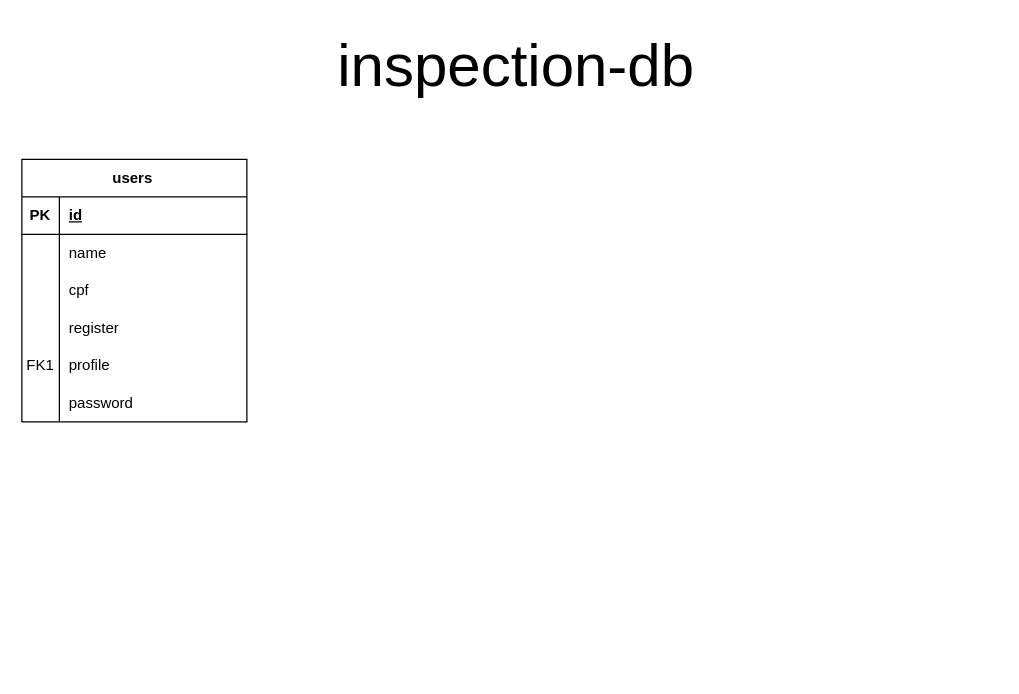
acorreac/drafts keeps this draw.io diagram as api-2023.drawio. Above is the earlier version. Source tidied: cells renumbered, new cells numbered last; positions are measured from the earlier drawing's top-left corner, leaving out a move shared by most shapes. Both pictures are drawn from the tidied source at 125%, with x=0, y=0 at pixel (21, 21).
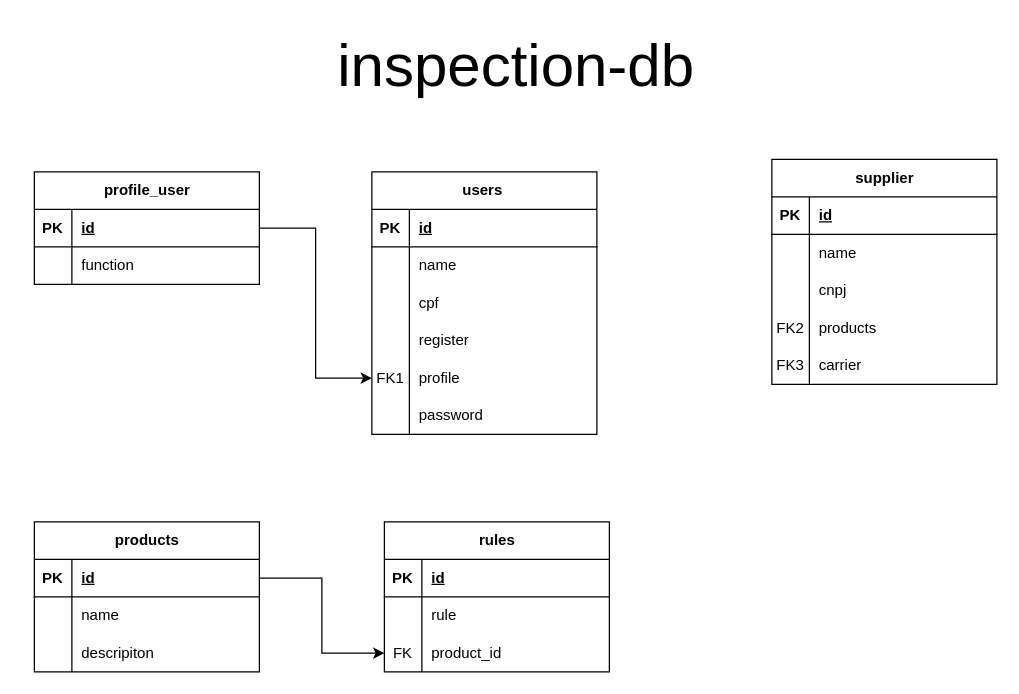
After the change.

Unchanged cells that the change refers to:
```xml
<mxCell id="16" style="shape=tableRow;horizontal=0;startSize=0;swimlaneHead=0;swimlaneBody=0;fillColor=none;points=[[0,0.5],[1,0.5]];portConstraint=eastwest;top=0;left=0;right=0;bottom=0;" parent="3" vertex="1">
  <mxGeometry y="150" width="180" height="30" as="geometry" />
</mxCell>
```

Change to the diagram source:
```diff
@@
     <mxCell id="3" value="users&lt;span style=&quot;white-space: pre;&quot;&gt; &lt;/span&gt;" style="shape=table;startSize=30;childLayout=tableLayout;rowLines=0;fontStyle=1;align=center;html=1;" parent="1" vertex="1">
-      <mxGeometry y="110" width="180" height="210" as="geometry" />
+      <mxGeometry x="280" y="120" width="180" height="210" as="geometry" />
     </mxCell>
@@
+    <mxCell id="22" value="profile_user" style="shape=table;startSize=30;childLayout=tableLayout;rowLines=0;fontStyle=1;align=center;html=1;" parent="1" vertex="1">
+      <mxGeometry x="10" y="120" width="180" height="90" as="geometry" />
+    </mxCell>
+    <mxCell id="23" style="shape=tableRow;horizontal=0;startSize=0;swimlaneHead=0;swimlaneBody=0;fillColor=none;points=[[0,0.5],[1,0.5]];portConstraint=eastwest;top=0;left=0;right=0;bottom=1;" parent="22" vertex="1">
+      <mxGeometry y="30" width="180" height="30" as="geometry" />
+    </mxCell>
+    <mxCell id="24" value="PK" style="shape=partialRectangle;fillColor=none;top=0;left=0;bottom=0;right=0;fontStyle=1;overflow=hidden;whiteSpace=wrap;html=1;" parent="23" vertex="1">
+      <mxGeometry width="30" height="30" as="geometry" />
+    </mxCell>
+    <mxCell id="25" value="id" style="shape=partialRectangle;fillColor=none;top=0;left=0;bottom=0;right=0;align=left;spacingLeft=6;fontStyle=5;overflow=hidden;whiteSpace=wrap;html=1;" parent="23" vertex="1">
+      <mxGeometry x="30" width="150" height="30" as="geometry" />
+    </mxCell>
+    <mxCell id="26" style="shape=tableRow;horizontal=0;startSize=0;swimlaneHead=0;swimlaneBody=0;fillColor=none;top=0;left=0;right=0;bottom=0;" parent="22" vertex="1">
+      <mxGeometry y="60" width="180" height="30" as="geometry" />
+    </mxCell>
+    <mxCell id="27" style="shape=partialRectangle;fillColor=none;top=0;left=0;bottom=0;right=0;overflow=hidden;whiteSpace=wrap;html=1;" parent="26" vertex="1">
+      <mxGeometry width="30" height="30" as="geometry" />
+    </mxCell>
+    <mxCell id="28" value="function" style="shape=partialRectangle;fillColor=none;top=0;left=0;bottom=0;right=0;align=left;spacingLeft=6;overflow=hidden;whiteSpace=wrap;html=1;" parent="26" vertex="1">
+      <mxGeometry x="30" width="150" height="30" as="geometry" />
+    </mxCell>
+    <mxCell id="29" value="supplier" style="shape=table;startSize=30;childLayout=tableLayout;rowLines=0;fontStyle=1;align=center;html=1;" parent="1" vertex="1">
+      <mxGeometry x="600" y="110" width="180" height="180" as="geometry" />
+    </mxCell>
+    <mxCell id="30" style="shape=tableRow;horizontal=0;startSize=0;swimlaneHead=0;swimlaneBody=0;fillColor=none;top=0;left=0;right=0;bottom=1;" parent="29" vertex="1">
+      <mxGeometry y="30" width="180" height="30" as="geometry" />
+    </mxCell>
+    <mxCell id="31" value="PK" style="shape=partialRectangle;fillColor=none;top=0;left=0;bottom=0;right=0;fontStyle=1;overflow=hidden;whiteSpace=wrap;html=1;" parent="30" vertex="1">
+      <mxGeometry width="30" height="30" as="geometry" />
+    </mxCell>
+    <mxCell id="32" value="id" style="shape=partialRectangle;fillColor=none;top=0;left=0;bottom=0;right=0;align=left;spacingLeft=6;fontStyle=5;overflow=hidden;whiteSpace=wrap;html=1;" parent="30" vertex="1">
+      <mxGeometry x="30" width="150" height="30" as="geometry" />
+    </mxCell>
+    <mxCell id="33" style="shape=tableRow;horizontal=0;startSize=0;swimlaneHead=0;swimlaneBody=0;fillColor=none;top=0;left=0;right=0;bottom=0;" parent="29" vertex="1">
+      <mxGeometry y="60" width="180" height="30" as="geometry" />
+    </mxCell>
+    <mxCell id="34" style="shape=partialRectangle;fillColor=none;top=0;left=0;bottom=0;right=0;overflow=hidden;whiteSpace=wrap;html=1;" parent="33" vertex="1">
+      <mxGeometry width="30" height="30" as="geometry" />
+    </mxCell>
+    <mxCell id="35" value="name" style="shape=partialRectangle;fillColor=none;top=0;left=0;bottom=0;right=0;align=left;spacingLeft=6;overflow=hidden;whiteSpace=wrap;html=1;" parent="33" vertex="1">
+      <mxGeometry x="30" width="150" height="30" as="geometry" />
+    </mxCell>
+    <mxCell id="36" style="shape=tableRow;horizontal=0;startSize=0;swimlaneHead=0;swimlaneBody=0;fillColor=none;top=0;left=0;right=0;bottom=0;" parent="29" vertex="1">
+      <mxGeometry y="90" width="180" height="30" as="geometry" />
+    </mxCell>
+    <mxCell id="37" style="shape=partialRectangle;fillColor=none;top=0;left=0;bottom=0;right=0;overflow=hidden;whiteSpace=wrap;html=1;" parent="36" vertex="1">
+      <mxGeometry width="30" height="30" as="geometry" />
+    </mxCell>
+    <mxCell id="38" value="cnpj" style="shape=partialRectangle;fillColor=none;top=0;left=0;bottom=0;right=0;align=left;spacingLeft=6;overflow=hidden;whiteSpace=wrap;html=1;" parent="36" vertex="1">
+      <mxGeometry x="30" width="150" height="30" as="geometry" />
+    </mxCell>
+    <mxCell id="39" style="shape=tableRow;horizontal=0;startSize=0;swimlaneHead=0;swimlaneBody=0;fillColor=none;top=0;left=0;right=0;bottom=0;" parent="29" vertex="1">
+      <mxGeometry y="120" width="180" height="30" as="geometry" />
+    </mxCell>
+    <mxCell id="40" value="FK2" style="shape=partialRectangle;fillColor=none;top=0;left=0;bottom=0;right=0;overflow=hidden;whiteSpace=wrap;html=1;" parent="39" vertex="1">
+      <mxGeometry width="30" height="30" as="geometry" />
+    </mxCell>
+    <mxCell id="41" value="products" style="shape=partialRectangle;fillColor=none;top=0;left=0;bottom=0;right=0;align=left;spacingLeft=6;overflow=hidden;whiteSpace=wrap;html=1;" parent="39" vertex="1">
+      <mxGeometry x="30" width="150" height="30" as="geometry" />
+    </mxCell>
+    <mxCell id="42" style="shape=tableRow;horizontal=0;startSize=0;swimlaneHead=0;swimlaneBody=0;fillColor=none;top=0;left=0;right=0;bottom=0;" parent="29" vertex="1">
+      <mxGeometry y="150" width="180" height="30" as="geometry" />
+    </mxCell>
+    <mxCell id="43" value="FK3" style="shape=partialRectangle;fillColor=none;top=0;left=0;bottom=0;right=0;overflow=hidden;whiteSpace=wrap;html=1;" parent="42" vertex="1">
+      <mxGeometry width="30" height="30" as="geometry" />
+    </mxCell>
+    <mxCell id="44" value="carrier" style="shape=partialRectangle;fillColor=none;top=0;left=0;bottom=0;right=0;align=left;spacingLeft=6;overflow=hidden;whiteSpace=wrap;html=1;" parent="42" vertex="1">
+      <mxGeometry x="30" width="150" height="30" as="geometry" />
+    </mxCell>
+    <mxCell id="45" value="products" style="shape=table;startSize=30;childLayout=tableLayout;rowLines=0;fontStyle=1;align=center;html=1;" parent="1" vertex="1">
+      <mxGeometry x="10" y="400" width="180" height="120" as="geometry" />
+    </mxCell>
+    <mxCell id="46" style="shape=tableRow;horizontal=0;startSize=0;swimlaneHead=0;swimlaneBody=0;fillColor=none;points=[[0,0.5],[1,0.5]];portConstraint=eastwest;top=0;left=0;right=0;bottom=1;" parent="45" vertex="1">
+      <mxGeometry y="30" width="180" height="30" as="geometry" />
+    </mxCell>
+    <mxCell id="47" value="PK" style="shape=partialRectangle;fillColor=none;top=0;left=0;bottom=0;right=0;fontStyle=1;overflow=hidden;whiteSpace=wrap;html=1;" parent="46" vertex="1">
+      <mxGeometry width="30" height="30" as="geometry" />
+    </mxCell>
+    <mxCell id="48" value="id" style="shape=partialRectangle;fillColor=none;top=0;left=0;bottom=0;right=0;align=left;spacingLeft=6;fontStyle=5;overflow=hidden;whiteSpace=wrap;html=1;" parent="46" vertex="1">
+      <mxGeometry x="30" width="150" height="30" as="geometry" />
+    </mxCell>
+    <mxCell id="49" style="shape=tableRow;horizontal=0;startSize=0;swimlaneHead=0;swimlaneBody=0;fillColor=none;top=0;left=0;right=0;bottom=0;" parent="45" vertex="1">
+      <mxGeometry y="60" width="180" height="30" as="geometry" />
+    </mxCell>
+    <mxCell id="50" style="shape=partialRectangle;fillColor=none;top=0;left=0;bottom=0;right=0;overflow=hidden;whiteSpace=wrap;html=1;" parent="49" vertex="1">
+      <mxGeometry width="30" height="30" as="geometry" />
+    </mxCell>
+    <mxCell id="51" value="name" style="shape=partialRectangle;fillColor=none;top=0;left=0;bottom=0;right=0;align=left;spacingLeft=6;overflow=hidden;whiteSpace=wrap;html=1;" parent="49" vertex="1">
+      <mxGeometry x="30" width="150" height="30" as="geometry" />
+    </mxCell>
+    <mxCell id="52" style="shape=tableRow;horizontal=0;startSize=0;swimlaneHead=0;swimlaneBody=0;fillColor=none;top=0;left=0;right=0;bottom=0;" parent="45" vertex="1">
+      <mxGeometry y="90" width="180" height="30" as="geometry" />
+    </mxCell>
+    <mxCell id="53" style="shape=partialRectangle;fillColor=none;top=0;left=0;bottom=0;right=0;overflow=hidden;whiteSpace=wrap;html=1;" parent="52" vertex="1">
+      <mxGeometry width="30" height="30" as="geometry" />
+    </mxCell>
+    <mxCell id="54" value="descripiton" style="shape=partialRectangle;fillColor=none;top=0;left=0;bottom=0;right=0;align=left;spacingLeft=6;overflow=hidden;whiteSpace=wrap;html=1;" parent="52" vertex="1">
+      <mxGeometry x="30" width="150" height="30" as="geometry" />
+    </mxCell>
+    <mxCell id="55" value="rules" style="shape=table;startSize=30;childLayout=tableLayout;rowLines=0;fontStyle=1;align=center;html=1;" parent="1" vertex="1">
+      <mxGeometry x="290" y="400" width="180" height="120" as="geometry" />
+    </mxCell>
+    <mxCell id="56" style="shape=tableRow;horizontal=0;startSize=0;swimlaneHead=0;swimlaneBody=0;fillColor=none;top=0;left=0;right=0;bottom=1;" parent="55" vertex="1">
+      <mxGeometry y="30" width="180" height="30" as="geometry" />
+    </mxCell>
+    <mxCell id="57" value="PK" style="shape=partialRectangle;fillColor=none;top=0;left=0;bottom=0;right=0;fontStyle=1;overflow=hidden;whiteSpace=wrap;html=1;" parent="56" vertex="1">
+      <mxGeometry width="30" height="30" as="geometry" />
+    </mxCell>
+    <mxCell id="58" value="id" style="shape=partialRectangle;fillColor=none;top=0;left=0;bottom=0;right=0;align=left;spacingLeft=6;fontStyle=5;overflow=hidden;whiteSpace=wrap;html=1;" parent="56" vertex="1">
+      <mxGeometry x="30" width="150" height="30" as="geometry" />
+    </mxCell>
+    <mxCell id="59" style="shape=tableRow;horizontal=0;startSize=0;swimlaneHead=0;swimlaneBody=0;fillColor=none;top=0;left=0;right=0;bottom=0;" parent="55" vertex="1">
+      <mxGeometry y="60" width="180" height="30" as="geometry" />
+    </mxCell>
+    <mxCell id="60" style="shape=partialRectangle;fillColor=none;top=0;left=0;bottom=0;right=0;overflow=hidden;whiteSpace=wrap;html=1;" parent="59" vertex="1">
+      <mxGeometry width="30" height="30" as="geometry" />
+    </mxCell>
+    <mxCell id="61" value="rule" style="shape=partialRectangle;fillColor=none;top=0;left=0;bottom=0;right=0;align=left;spacingLeft=6;overflow=hidden;whiteSpace=wrap;html=1;" parent="59" vertex="1">
+      <mxGeometry x="30" width="150" height="30" as="geometry" />
+    </mxCell>
+    <mxCell id="62" style="shape=tableRow;horizontal=0;startSize=0;swimlaneHead=0;swimlaneBody=0;fillColor=none;points=[[0,0.5],[1,0.5]];portConstraint=eastwest;top=0;left=0;right=0;bottom=0;" parent="55" vertex="1">
+      <mxGeometry y="90" width="180" height="30" as="geometry" />
+    </mxCell>
+    <mxCell id="63" value="FK" style="shape=partialRectangle;fillColor=none;top=0;left=0;bottom=0;right=0;overflow=hidden;whiteSpace=wrap;html=1;" parent="62" vertex="1">
+      <mxGeometry width="30" height="30" as="geometry" />
+    </mxCell>
+    <mxCell id="64" value="product_id" style="shape=partialRectangle;fillColor=none;top=0;left=0;bottom=0;right=0;align=left;spacingLeft=6;overflow=hidden;whiteSpace=wrap;html=1;" parent="62" vertex="1">
+      <mxGeometry x="30" width="150" height="30" as="geometry" />
+    </mxCell>
+    <mxCell id="65" style="edgeStyle=orthogonalEdgeStyle;rounded=0;jettySize=auto;html=1;entryX=0;entryY=0.5;entryDx=0;entryDy=0;" parent="1" edge="1" source="46" target="62">
+      <mxGeometry relative="1" as="geometry" />
+    </mxCell>
+    <mxCell id="66" style="edgeStyle=orthogonalEdgeStyle;rounded=0;jettySize=auto;html=1;entryX=0;entryY=0.5;entryDx=0;entryDy=0;" parent="1" edge="1" source="23" target="16">
+      <mxGeometry relative="1" as="geometry" />
+    </mxCell>
```
